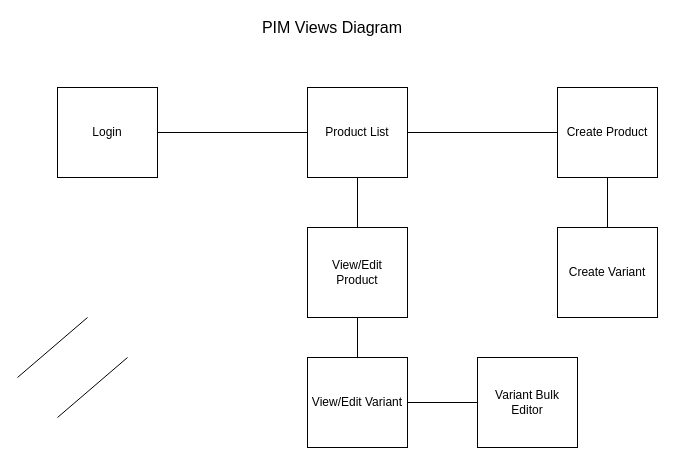
Earlier version of the draw.io diagram ReChargeApiDocs/PIM View Diagrams.drawio (alexrsunrise/diagrams). Source tidied: cells renumbered, new cells numbered last; positions are measured from the earlier drawing's top-left corner, leaving out a move shared by most shapes. Both pictures are drawn from the tidied source at 100%, with x=0, y=0 at pixel (17, 17).
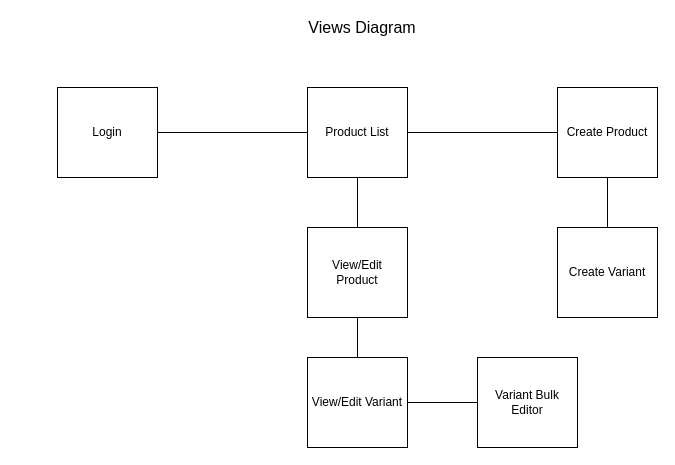
Above is the later version.

The edit, as a diff of the source:
```diff
@@
-    <mxCell id="2" value="&lt;font style=&quot;font-size: 16px&quot;&gt;PIM Views Diagram&lt;/font&gt;" style="text;html=1;strokeColor=none;fillColor=none;align=center;verticalAlign=middle;whiteSpace=wrap;rounded=0;" parent="1" vertex="1">
-      <mxGeometry x="100" width="430" height="20" as="geometry" />
+    <mxCell id="2" value="&lt;font style=&quot;font-size: 16px&quot;&gt;Views Diagram&lt;/font&gt;" style="text;html=1;strokeColor=none;fillColor=none;align=center;verticalAlign=middle;whiteSpace=wrap;rounded=0;" parent="1" vertex="1">
+      <mxGeometry x="130" width="430" height="20" as="geometry" />
     </mxCell>
@@
-    <mxCell id="11" style="endArrow=none;html=1;" parent="1" edge="1">
-      <mxGeometry relative="1" as="geometry">
-        <mxPoint y="360" as="sourcePoint" />
-        <mxPoint x="70" y="300" as="targetPoint" />
-      </mxGeometry>
-    </mxCell>
@@
-    <mxCell id="15" style="endArrow=none;html=1;" parent="1" edge="1">
-      <mxGeometry relative="1" as="geometry">
-        <mxPoint x="40" y="400" as="sourcePoint" />
-        <mxPoint x="110" y="340" as="targetPoint" />
-      </mxGeometry>
-    </mxCell>
```
